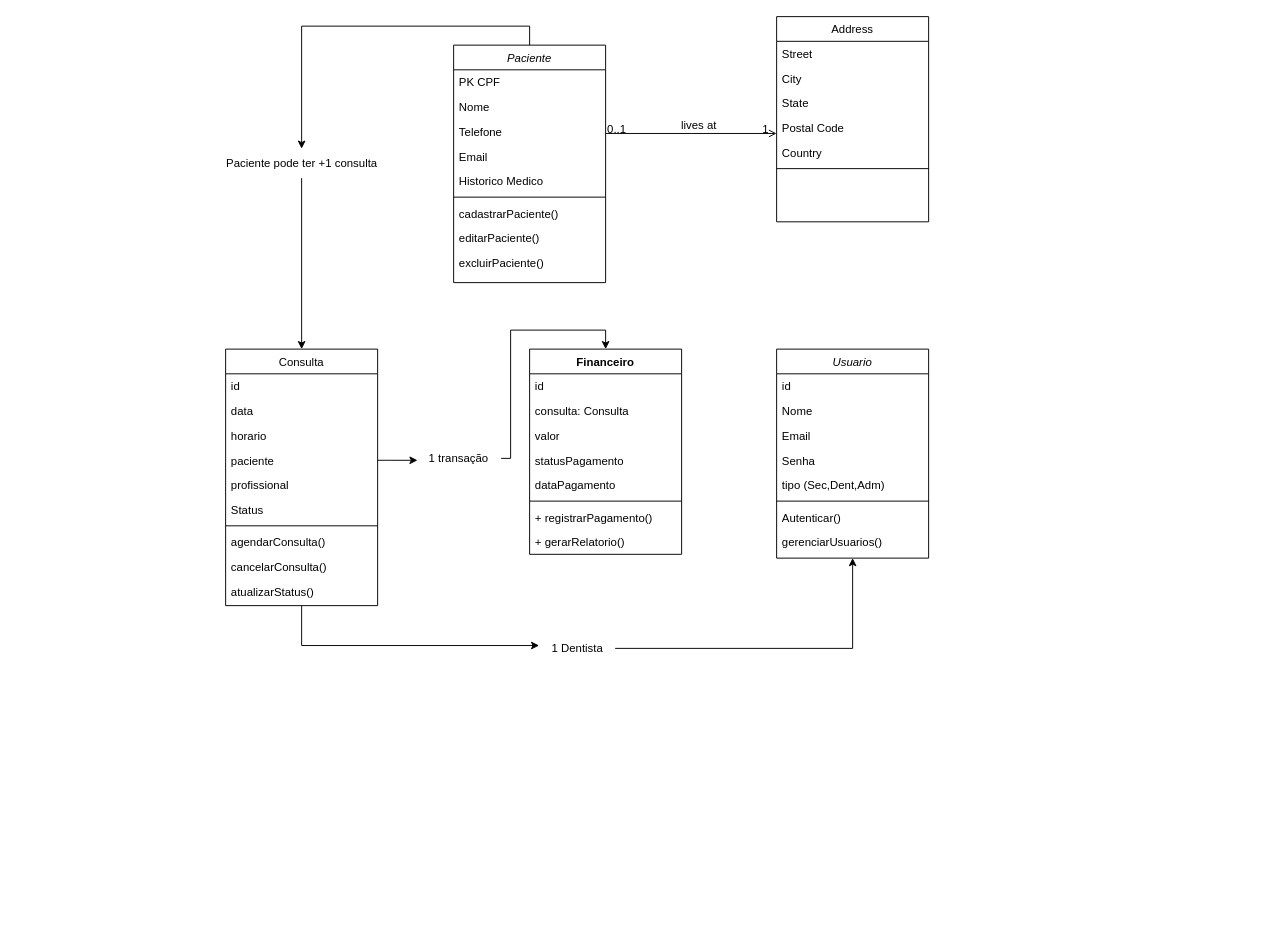
Above: ManagmentSystem.drawio in Morais453/ManagementSystem (draw.io), before the change. Source tidied: cells renumbered, new cells numbered last; positions are measured from the earlier drawing's top-left corner, leaving out a move shared by most shapes. Both pictures are drawn from the tidied source at 95%, with x=0, y=0 at pixel (216, 16).
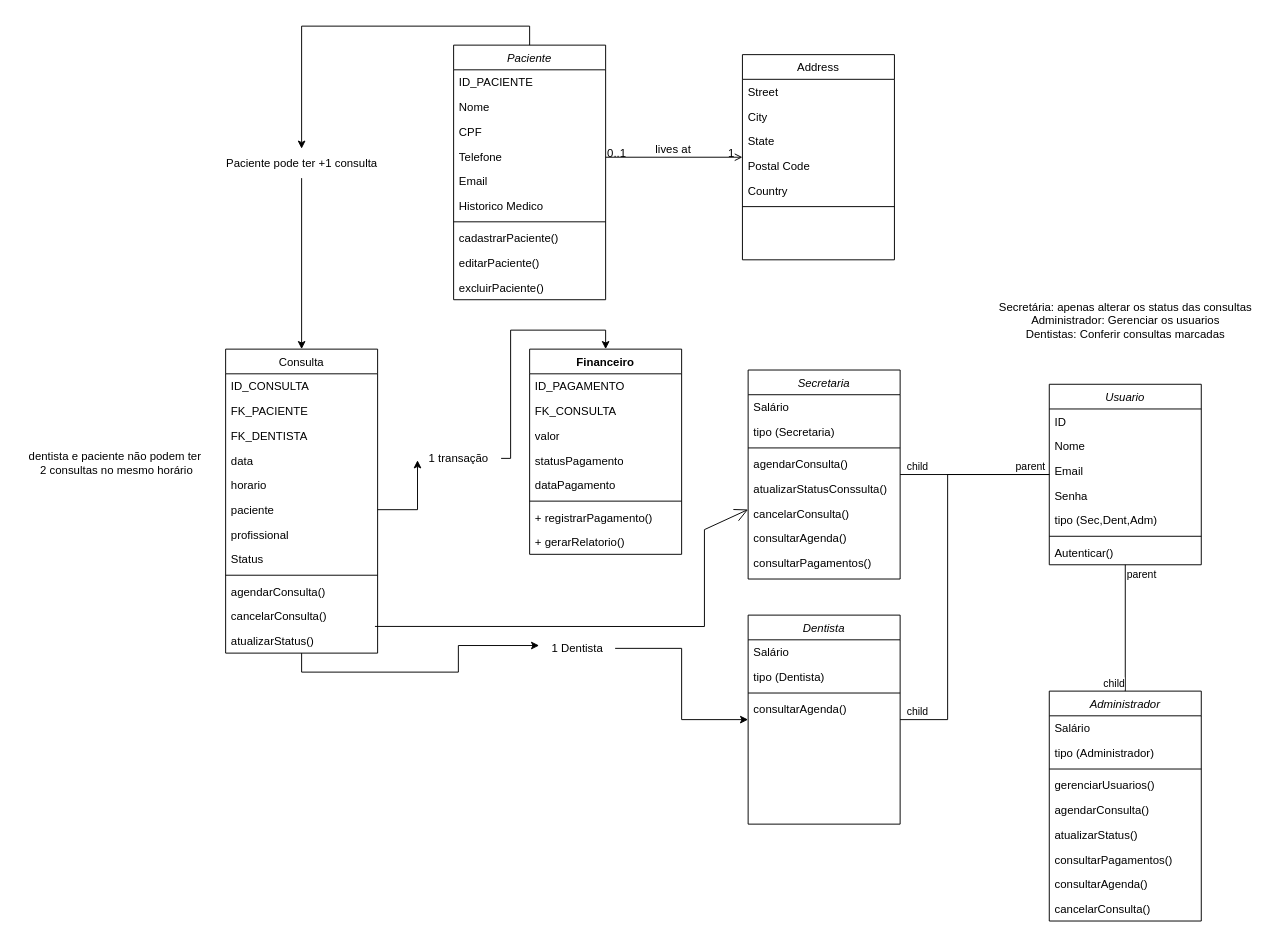
The same page after the edit.

Unchanged cells that the change refers to:
```xml
<mxCell id="34" value="Financeiro" style="swimlane;fontStyle=1;align=center;verticalAlign=top;horizontal=1;startSize=26;whiteSpace=wrap;html=1;" parent="1" vertex="1">
  <mxGeometry x="330" y="350" width="160" height="216" as="geometry" />
</mxCell>
<mxCell id="59" value="1 Dentista" style="text;html=1;align=center;verticalAlign=middle;points=[];strokeColor=none;fillColor=none;" parent="1" vertex="1">
  <mxGeometry x="340" y="650" width="80" height="30" as="geometry" />
</mxCell>
```

Change to the diagram source:
```diff
@@
     <mxCell id="2" value="Paciente" style="swimlane;fontStyle=2;align=center;verticalAlign=top;horizontal=1;startSize=26;rounded=0;shadow=0;strokeWidth=1;" parent="1" vertex="1">
-      <mxGeometry x="250" y="30" width="160" height="250" as="geometry" />
+      <mxGeometry x="250" y="30" width="160" height="268" as="geometry" />
     </mxCell>
-    <mxCell id="3" value="PK CPF" style="text;align=left;verticalAlign=top;spacingLeft=4;spacingRight=4;overflow=hidden;rounded=0;shadow=0;html=0;" parent="2" vertex="1">
+    <mxCell id="3" value="ID_PACIENTE" style="text;align=left;verticalAlign=top;spacingLeft=4;spacingRight=4;overflow=hidden;rounded=0;shadow=0;html=0;" parent="2" vertex="1">
       <mxGeometry y="26" width="160" height="26" as="geometry" />
     </mxCell>
@@
+    <mxCell id="61" value="CPF" style="text;align=left;verticalAlign=top;spacingLeft=4;spacingRight=4;overflow=hidden;rounded=0;shadow=0;html=0;" parent="2" vertex="1">
+      <mxGeometry y="78" width="160" height="26" as="geometry" />
+    </mxCell>
     <mxCell id="5" value="Telefone" style="text;align=left;verticalAlign=top;spacingLeft=4;spacingRight=4;overflow=hidden;rounded=0;shadow=0;html=0;" parent="2" vertex="1">
-      <mxGeometry y="78" width="160" height="26" as="geometry" />
+      <mxGeometry y="104" width="160" height="26" as="geometry" />
     </mxCell>
     <mxCell id="6" value="Email" style="text;align=left;verticalAlign=top;spacingLeft=4;spacingRight=4;overflow=hidden;rounded=0;shadow=0;html=0;" parent="2" vertex="1">
-      <mxGeometry y="104" width="160" height="26" as="geometry" />
+      <mxGeometry y="130" width="160" height="26" as="geometry" />
     </mxCell>
     <mxCell id="7" value="Historico Medico" style="text;align=left;verticalAlign=top;spacingLeft=4;spacingRight=4;overflow=hidden;" parent="2" vertex="1">
-      <mxGeometry y="130" width="160" height="26" as="geometry" />
+      <mxGeometry y="156" width="160" height="26" as="geometry" />
     </mxCell>
     <mxCell id="8" style="line;html=1;strokeWidth=1;align=left;verticalAlign=middle;spacingTop=-1;spacingLeft=3;spacingRight=3;labelPosition=right;" parent="2" vertex="1">
-      <mxGeometry y="156" width="160" height="8" as="geometry" />
+      <mxGeometry y="182" width="160" height="8" as="geometry" />
     </mxCell>
     <mxCell id="9" value="cadastrarPaciente()" style="text;align=left;verticalAlign=top;spacingLeft=4;spacingRight=4;overflow=hidden;rounded=0;shadow=0;html=0;" parent="2" vertex="1">
-      <mxGeometry y="164" width="160" height="26" as="geometry" />
+      <mxGeometry y="190" width="160" height="26" as="geometry" />
     </mxCell>
     <mxCell id="10" value="editarPaciente()" style="text;align=left;verticalAlign=top;spacingLeft=4;spacingRight=4;overflow=hidden;rounded=0;shadow=0;html=0;" parent="2" vertex="1">
-      <mxGeometry y="190" width="160" height="26" as="geometry" />
+      <mxGeometry y="216" width="160" height="26" as="geometry" />
     </mxCell>
     <mxCell id="11" value="excluirPaciente()" style="text;align=left;verticalAlign=top;spacingLeft=4;spacingRight=4;overflow=hidden;rounded=0;shadow=0;html=0;" parent="2" vertex="1">
-      <mxGeometry y="216" width="160" height="26" as="geometry" />
+      <mxGeometry y="242" width="160" height="26" as="geometry" />
     </mxCell>
     <mxCell id="12" value="Consulta" style="swimlane;fontStyle=0;align=center;verticalAlign=top;horizontal=1;startSize=26;rounded=0;shadow=0;strokeWidth=1;" parent="1" vertex="1">
-      <mxGeometry x="10" y="350" width="160" height="270" as="geometry" />
+      <mxGeometry x="10" y="350" width="160" height="320" as="geometry" />
     </mxCell>
-    <mxCell id="13" value="id" style="text;align=left;verticalAlign=top;spacingLeft=4;spacingRight=4;overflow=hidden;rounded=0;shadow=0;html=0;" parent="12" vertex="1">
+    <mxCell id="13" value="ID_CONSULTA" style="text;align=left;verticalAlign=top;spacingLeft=4;spacingRight=4;overflow=hidden;rounded=0;shadow=0;html=0;" parent="12" vertex="1">
       <mxGeometry y="26" width="160" height="26" as="geometry" />
     </mxCell>
+    <mxCell id="62" value="FK_PACIENTE" style="text;align=left;verticalAlign=top;spacingLeft=4;spacingRight=4;overflow=hidden;rounded=0;shadow=0;html=0;" parent="12" vertex="1">
+      <mxGeometry y="52" width="160" height="26" as="geometry" />
+    </mxCell>
+    <mxCell id="63" value="FK_DENTISTA" style="text;align=left;verticalAlign=top;spacingLeft=4;spacingRight=4;overflow=hidden;rounded=0;shadow=0;html=0;" parent="12" vertex="1">
+      <mxGeometry y="78" width="160" height="26" as="geometry" />
+    </mxCell>
     <mxCell id="14" value="data" style="text;align=left;verticalAlign=top;spacingLeft=4;spacingRight=4;overflow=hidden;rounded=0;shadow=0;html=0;" parent="12" vertex="1">
-      <mxGeometry y="52" width="160" height="26" as="geometry" />
+      <mxGeometry y="104" width="160" height="26" as="geometry" />
     </mxCell>
     <mxCell id="15" value="horario" style="text;align=left;verticalAlign=top;spacingLeft=4;spacingRight=4;overflow=hidden;rounded=0;shadow=0;html=0;" parent="12" vertex="1">
-      <mxGeometry y="78" width="160" height="26" as="geometry" />
+      <mxGeometry y="130" width="160" height="26" as="geometry" />
     </mxCell>
     <mxCell id="16" value="paciente" style="text;align=left;verticalAlign=top;spacingLeft=4;spacingRight=4;overflow=hidden;points=[[0,0.5],[1,0.5]];portConstraint=eastwest;rounded=0;shadow=0;html=0;" parent="12" vertex="1">
-      <mxGeometry y="104" width="160" height="26" as="geometry" />
+      <mxGeometry y="156" width="160" height="26" as="geometry" />
     </mxCell>
     <mxCell id="17" value="profissional" style="text;align=left;verticalAlign=top;spacingLeft=4;spacingRight=4;overflow=hidden;rounded=0;shadow=0;html=0;" parent="12" vertex="1">
-      <mxGeometry y="130" width="160" height="26" as="geometry" />
+      <mxGeometry y="182" width="160" height="26" as="geometry" />
     </mxCell>
     <mxCell id="18" value="Status" style="text;align=left;verticalAlign=top;spacingLeft=4;spacingRight=4;overflow=hidden;rounded=0;shadow=0;html=0;" parent="12" vertex="1">
-      <mxGeometry y="156" width="160" height="26" as="geometry" />
+      <mxGeometry y="208" width="160" height="26" as="geometry" />
     </mxCell>
     <mxCell id="19" style="line;html=1;strokeWidth=1;align=left;verticalAlign=middle;spacingTop=-1;spacingLeft=3;spacingRight=3;labelPosition=right;" parent="12" vertex="1">
-      <mxGeometry y="182" width="160" height="8" as="geometry" />
+      <mxGeometry y="234" width="160" height="8" as="geometry" />
     </mxCell>
     <mxCell id="20" value="agendarConsulta()" style="text;align=left;verticalAlign=top;spacingLeft=4;spacingRight=4;overflow=hidden;rounded=0;shadow=0;html=0;" parent="12" vertex="1">
-      <mxGeometry y="190" width="160" height="26" as="geometry" />
+      <mxGeometry y="242" width="160" height="26" as="geometry" />
     </mxCell>
     <mxCell id="21" value="cancelarConsulta()" style="text;align=left;verticalAlign=top;spacingLeft=4;spacingRight=4;overflow=hidden;rounded=0;shadow=0;html=0;" parent="12" vertex="1">
-      <mxGeometry y="216" width="160" height="26" as="geometry" />
+      <mxGeometry y="268" width="160" height="26" as="geometry" />
     </mxCell>
     <mxCell id="22" value="atualizarStatus()" style="text;align=left;verticalAlign=top;spacingLeft=4;spacingRight=4;overflow=hidden;rounded=0;shadow=0;html=0;" parent="12" vertex="1">
-      <mxGeometry y="242" width="160" height="26" as="geometry" />
+      <mxGeometry y="294" width="160" height="26" as="geometry" />
     </mxCell>
     <mxCell id="23" value="Address" style="swimlane;fontStyle=0;align=center;verticalAlign=top;horizontal=1;startSize=26;rounded=0;shadow=0;strokeWidth=1;" parent="1" vertex="1">
-      <mxGeometry x="590" width="160" height="216" as="geometry" />
+      <mxGeometry x="554" y="40" width="160" height="216" as="geometry" />
     </mxCell>
@@
-    <mxCell id="35" value="id" style="text;strokeColor=none;fillColor=none;align=left;verticalAlign=top;spacingLeft=4;spacingRight=4;overflow=hidden;whiteSpace=wrap;html=1;" parent="34" vertex="1">
+    <mxCell id="35" value="ID_PAGAMENTO" style="text;strokeColor=none;fillColor=none;align=left;verticalAlign=top;spacingLeft=4;spacingRight=4;overflow=hidden;whiteSpace=wrap;html=1;" parent="34" vertex="1">
       <mxGeometry y="26" width="160" height="26" as="geometry" />
     </mxCell>
-    <mxCell id="36" value="consulta: Consulta" style="text;strokeColor=none;fillColor=none;align=left;verticalAlign=top;spacingLeft=4;spacingRight=4;overflow=hidden;whiteSpace=wrap;html=1;" parent="34" vertex="1">
+    <mxCell id="36" value="FK_CONSULTA" style="text;strokeColor=none;fillColor=none;align=left;verticalAlign=top;spacingLeft=4;spacingRight=4;overflow=hidden;whiteSpace=wrap;html=1;" parent="34" vertex="1">
       <mxGeometry y="52" width="160" height="26" as="geometry" />
     </mxCell>
@@
     <mxCell id="43" value="Usuario" style="swimlane;fontStyle=2;align=center;verticalAlign=top;horizontal=1;startSize=26;rounded=0;shadow=0;strokeWidth=1;" parent="1" vertex="1">
-      <mxGeometry x="590" y="350" width="160" height="220" as="geometry" />
+      <mxGeometry x="877" y="387" width="160" height="190" as="geometry" />
     </mxCell>
-    <mxCell id="44" value="id" style="text;align=left;verticalAlign=top;spacingLeft=4;spacingRight=4;overflow=hidden;rounded=0;shadow=0;html=0;" parent="43" vertex="1">
+    <mxCell id="44" value="ID" style="text;align=left;verticalAlign=top;spacingLeft=4;spacingRight=4;overflow=hidden;rounded=0;shadow=0;html=0;" parent="43" vertex="1">
       <mxGeometry y="26" width="160" height="26" as="geometry" />
     </mxCell>
@@
-    <mxCell id="51" value="gerenciarUsuarios()" style="text;align=left;verticalAlign=top;spacingLeft=4;spacingRight=4;overflow=hidden;rounded=0;shadow=0;html=0;" parent="43" vertex="1">
-      <mxGeometry y="190" width="160" height="26" as="geometry" />
-    </mxCell>
@@
-    <mxCell id="58" style="edgeStyle=orthogonalEdgeStyle;rounded=0;jettySize=auto;html=1;" parent="1" edge="1" source="59" target="43">
-      <mxGeometry relative="1" as="geometry" />
-    </mxCell>
+    <mxCell id="64" style="edgeStyle=orthogonalEdgeStyle;rounded=0;jettySize=auto;html=1;" parent="1" edge="1" source="59" target="80">
+      <mxGeometry relative="1" as="geometry" />
+    </mxCell>
@@
+    <mxCell id="65" value="dentista e paciente não podem ter&amp;nbsp;&lt;div&gt;2 consultas no mesmo horário&lt;/div&gt;" style="text;html=1;align=center;verticalAlign=middle;strokeColor=none;fillColor=none;" parent="1" vertex="1">
+      <mxGeometry x="-210" y="450" width="210" height="40" as="geometry" />
+    </mxCell>
+    <mxCell id="66" value="Secretária:&amp;nbsp;&lt;span style=&quot;background-color: transparent; color: light-dark(rgb(0, 0, 0), rgb(255, 255, 255));&quot;&gt;apenas alterar os status das consultas&lt;/span&gt;&lt;div&gt;Administrador: Gerenciar os usuarios&lt;/div&gt;&lt;div&gt;Dentistas: Conferir consultas marcadas&lt;/div&gt;" style="text;html=1;align=center;verticalAlign=middle;strokeColor=none;fillColor=none;" parent="1" vertex="1">
+      <mxGeometry x="812" y="290" width="290" height="60" as="geometry" />
+    </mxCell>
+    <mxCell id="67" style="endArrow=none;html=1;edgeStyle=orthogonalEdgeStyle;rounded=0;" parent="1" edge="1" source="43" target="70">
+      <mxGeometry relative="1" as="geometry" />
+    </mxCell>
+    <mxCell id="68" value="parent" style="edgeLabel;html=1;align=left;verticalAlign=bottom;" parent="67" vertex="1">
+      <mxGeometry x="-1" relative="1" as="geometry">
+        <mxPoint x="-37" as="offset" />
+      </mxGeometry>
+    </mxCell>
+    <mxCell id="69" value="child" style="edgeLabel;html=1;align=right;verticalAlign=bottom;" parent="67" vertex="1">
+      <mxGeometry x="1" relative="1" as="geometry">
+        <mxPoint x="30" as="offset" />
+      </mxGeometry>
+    </mxCell>
+    <mxCell id="70" value="Secretaria" style="swimlane;fontStyle=2;align=center;verticalAlign=top;horizontal=1;startSize=26;rounded=0;shadow=0;strokeWidth=1;" parent="1" vertex="1">
+      <mxGeometry x="560" y="372" width="160" height="220" as="geometry" />
+    </mxCell>
+    <mxCell id="71" value="Salário" style="text;align=left;verticalAlign=top;spacingLeft=4;spacingRight=4;overflow=hidden;rounded=0;shadow=0;html=0;" parent="70" vertex="1">
+      <mxGeometry y="26" width="160" height="26" as="geometry" />
+    </mxCell>
+    <mxCell id="72" value="tipo (Secretaria)" style="text;align=left;verticalAlign=top;spacingLeft=4;spacingRight=4;overflow=hidden;" parent="70" vertex="1">
+      <mxGeometry y="52" width="160" height="26" as="geometry" />
+    </mxCell>
+    <mxCell id="73" style="line;html=1;strokeWidth=1;align=left;verticalAlign=middle;spacingTop=-1;spacingLeft=3;spacingRight=3;labelPosition=right;" parent="70" vertex="1">
+      <mxGeometry y="78" width="160" height="8" as="geometry" />
+    </mxCell>
+    <mxCell id="74" value="agendarConsulta()" style="text;align=left;verticalAlign=top;spacingLeft=4;spacingRight=4;overflow=hidden;rounded=0;shadow=0;html=0;" parent="70" vertex="1">
+      <mxGeometry y="86" width="160" height="26" as="geometry" />
+    </mxCell>
+    <mxCell id="75" value="atualizarStatusConssulta()" style="text;align=left;verticalAlign=top;spacingLeft=4;spacingRight=4;overflow=hidden;rounded=0;shadow=0;html=0;" parent="70" vertex="1">
+      <mxGeometry y="112" width="160" height="26" as="geometry" />
+    </mxCell>
+    <mxCell id="76" value="cancelarConsulta()" style="text;align=left;verticalAlign=top;spacingLeft=4;spacingRight=4;overflow=hidden;rounded=0;shadow=0;html=0;" parent="70" vertex="1">
+      <mxGeometry y="138" width="160" height="26" as="geometry" />
+    </mxCell>
+    <mxCell id="77" value="consultarAgenda()" style="text;align=left;verticalAlign=top;spacingLeft=4;spacingRight=4;overflow=hidden;rounded=0;shadow=0;html=0;" parent="70" vertex="1">
+      <mxGeometry y="164" width="160" height="26" as="geometry" />
+    </mxCell>
+    <mxCell id="78" value="consultarPagamentos()" style="text;align=left;verticalAlign=top;spacingLeft=4;spacingRight=4;overflow=hidden;rounded=0;shadow=0;html=0;" parent="70" vertex="1">
+      <mxGeometry y="190" width="160" height="26" as="geometry" />
+    </mxCell>
+    <mxCell id="79" style="endArrow=open;endFill=1;endSize=12;html=1;rounded=0;exitX=1.02;exitY=0.919;exitDx=0;exitDy=0;exitPerimeter=0;" parent="1" edge="1" target="70">
+      <mxGeometry relative="1" as="geometry">
+        <mxPoint x="167.2" y="641.9" as="sourcePoint" />
+        <Array as="points">
+          <mxPoint x="514" y="642" />
+          <mxPoint x="514" y="540" />
+        </Array>
+      </mxGeometry>
+    </mxCell>
+    <mxCell id="80" value="Dentista" style="swimlane;fontStyle=2;align=center;verticalAlign=top;horizontal=1;startSize=26;rounded=0;shadow=0;strokeWidth=1;" parent="1" vertex="1">
+      <mxGeometry x="560" y="630" width="160" height="220" as="geometry" />
+    </mxCell>
+    <mxCell id="81" value="Salário" style="text;align=left;verticalAlign=top;spacingLeft=4;spacingRight=4;overflow=hidden;rounded=0;shadow=0;html=0;" parent="80" vertex="1">
+      <mxGeometry y="26" width="160" height="26" as="geometry" />
+    </mxCell>
+    <mxCell id="82" value="tipo (Dentista)" style="text;align=left;verticalAlign=top;spacingLeft=4;spacingRight=4;overflow=hidden;" parent="80" vertex="1">
+      <mxGeometry y="52" width="160" height="26" as="geometry" />
+    </mxCell>
+    <mxCell id="83" style="line;html=1;strokeWidth=1;align=left;verticalAlign=middle;spacingTop=-1;spacingLeft=3;spacingRight=3;labelPosition=right;" parent="80" vertex="1">
+      <mxGeometry y="78" width="160" height="8" as="geometry" />
+    </mxCell>
+    <mxCell id="84" value="consultarAgenda()" style="text;align=left;verticalAlign=top;spacingLeft=4;spacingRight=4;overflow=hidden;rounded=0;shadow=0;html=0;" parent="80" vertex="1">
+      <mxGeometry y="86" width="160" height="26" as="geometry" />
+    </mxCell>
+    <mxCell id="85" style="endArrow=none;html=1;edgeStyle=orthogonalEdgeStyle;rounded=0;" parent="1" edge="1" source="43" target="80">
+      <mxGeometry relative="1" as="geometry">
+        <Array as="points">
+          <mxPoint x="770" y="482" />
+          <mxPoint x="770" y="740" />
+        </Array>
+      </mxGeometry>
+    </mxCell>
+    <mxCell id="86" value="child" style="edgeLabel;html=1;align=right;verticalAlign=bottom;" parent="85" vertex="1">
+      <mxGeometry x="1" relative="1" as="geometry">
+        <mxPoint x="30" as="offset" />
+      </mxGeometry>
+    </mxCell>
+    <mxCell id="87" value="Administrador" style="swimlane;fontStyle=2;align=center;verticalAlign=top;horizontal=1;startSize=26;rounded=0;shadow=0;strokeWidth=1;" parent="1" vertex="1">
+      <mxGeometry x="877" y="710" width="160" height="242" as="geometry" />
+    </mxCell>
+    <mxCell id="88" value="Salário" style="text;align=left;verticalAlign=top;spacingLeft=4;spacingRight=4;overflow=hidden;rounded=0;shadow=0;html=0;" parent="87" vertex="1">
+      <mxGeometry y="26" width="160" height="26" as="geometry" />
+    </mxCell>
+    <mxCell id="89" value="tipo (Administrador)" style="text;align=left;verticalAlign=top;spacingLeft=4;spacingRight=4;overflow=hidden;" parent="87" vertex="1">
+      <mxGeometry y="52" width="160" height="26" as="geometry" />
+    </mxCell>
+    <mxCell id="90" style="line;html=1;strokeWidth=1;align=left;verticalAlign=middle;spacingTop=-1;spacingLeft=3;spacingRight=3;labelPosition=right;" parent="87" vertex="1">
+      <mxGeometry y="78" width="160" height="8" as="geometry" />
+    </mxCell>
+    <mxCell id="51" value="gerenciarUsuarios()" style="text;align=left;verticalAlign=top;spacingLeft=4;spacingRight=4;overflow=hidden;rounded=0;shadow=0;html=0;" parent="87" vertex="1">
+      <mxGeometry y="86" width="160" height="26" as="geometry" />
+    </mxCell>
+    <mxCell id="91" value="agendarConsulta()" style="text;align=left;verticalAlign=top;spacingLeft=4;spacingRight=4;overflow=hidden;rounded=0;shadow=0;html=0;" parent="87" vertex="1">
+      <mxGeometry y="112" width="160" height="26" as="geometry" />
+    </mxCell>
+    <mxCell id="92" value="atualizarStatus()" style="text;align=left;verticalAlign=top;spacingLeft=4;spacingRight=4;overflow=hidden;rounded=0;shadow=0;html=0;" parent="87" vertex="1">
+      <mxGeometry y="138" width="160" height="26" as="geometry" />
+    </mxCell>
+    <mxCell id="93" value="consultarPagamentos()" style="text;align=left;verticalAlign=top;spacingLeft=4;spacingRight=4;overflow=hidden;rounded=0;shadow=0;html=0;" parent="87" vertex="1">
+      <mxGeometry y="164" width="160" height="26" as="geometry" />
+    </mxCell>
+    <mxCell id="94" value="consultarAgenda()" style="text;align=left;verticalAlign=top;spacingLeft=4;spacingRight=4;overflow=hidden;rounded=0;shadow=0;html=0;" parent="87" vertex="1">
+      <mxGeometry y="190" width="160" height="26" as="geometry" />
+    </mxCell>
+    <mxCell id="95" value="cancelarConsulta()" style="text;align=left;verticalAlign=top;spacingLeft=4;spacingRight=4;overflow=hidden;rounded=0;shadow=0;html=0;" parent="87" vertex="1">
+      <mxGeometry y="216" width="160" height="26" as="geometry" />
+    </mxCell>
+    <mxCell id="96" style="endArrow=none;html=1;edgeStyle=orthogonalEdgeStyle;rounded=0;" parent="1" edge="1" source="43" target="87">
+      <mxGeometry relative="1" as="geometry" />
+    </mxCell>
+    <mxCell id="97" value="parent" style="edgeLabel;html=1;align=left;verticalAlign=bottom;" parent="96" vertex="1">
+      <mxGeometry x="-1" relative="1" as="geometry">
+        <mxPoint y="18" as="offset" />
+      </mxGeometry>
+    </mxCell>
+    <mxCell id="98" value="child" style="edgeLabel;html=1;align=right;verticalAlign=bottom;" parent="96" vertex="1">
+      <mxGeometry x="1" relative="1" as="geometry" />
+    </mxCell>
```
